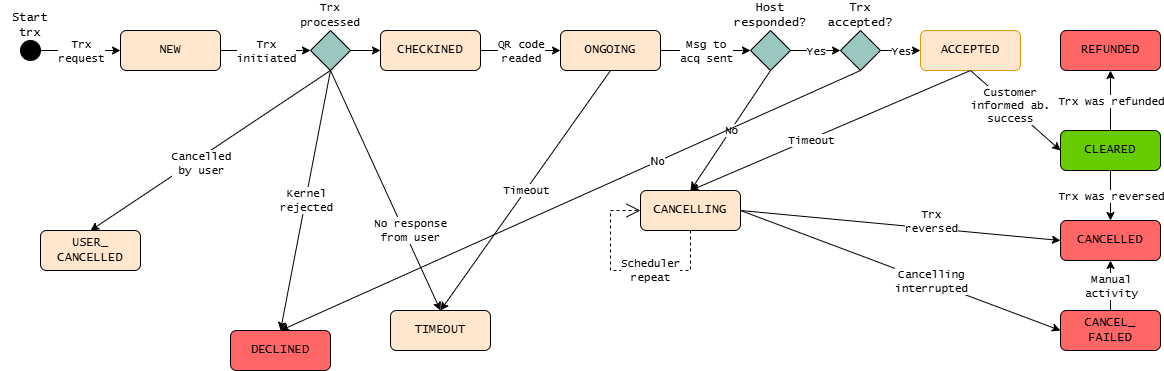
Before: WPI_2_2/Appendix_B_Transaction_Statuses/img/apm.drawio.png, a diagram exported from draw.io (taponmobile/.github). Source tidied: cells renumbered, new cells last; positions are measured from the earlier drawing's top-left corner, leaving out a move shared by most shapes.
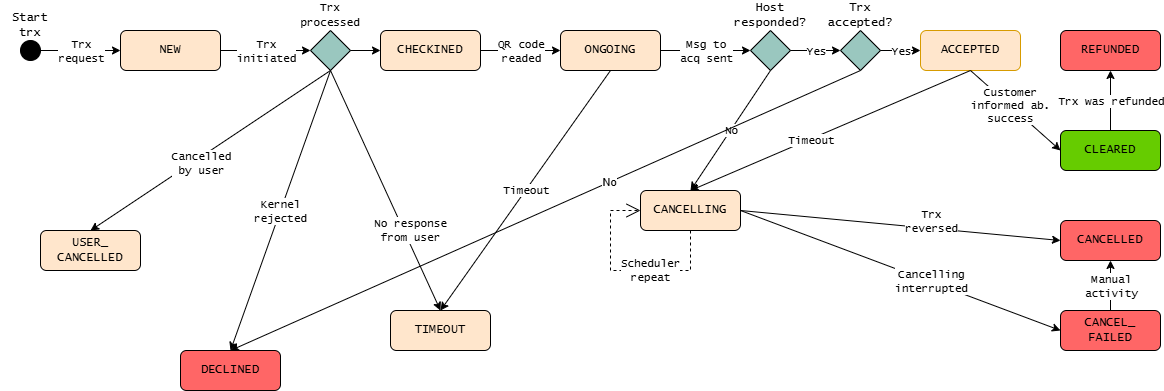
Later version of the same file.

Change to the diagram source:
```diff
@@ -3,7 +3,7 @@
     <mxCell id="0" />
     <mxCell id="1" parent="0" />
     <mxCell id="2" value="DECLINED" style="rounded=1;whiteSpace=wrap;html=1;fillColor=light-dark(#FF6666,#36210A);fontFamily=Lucida Console;" parent="1" vertex="1">
-      <mxGeometry x="230" y="330" width="100" height="40" as="geometry" />
+      <mxGeometry x="180" y="350" width="100" height="40" as="geometry" />
     </mxCell>
     <mxCell id="3" style="ellipse;whiteSpace=wrap;html=1;fillColor=#000000;fontFamily=Lucida Console;" parent="1" vertex="1">
       <mxGeometry x="20" y="40" width="20" height="20" as="geometry" />
@@ -142,12 +142,6 @@
     <mxCell id="45" value="Trx was refunded" style="edgeLabel;html=1;align=center;verticalAlign=middle;fontFamily=Lucida Console;" parent="44" vertex="1">
       <mxGeometry relative="1" as="geometry" />
     </mxCell>
-    <mxCell id="46" style="endArrow=classic;html=1;rounded=0;exitX=0.5;exitY=1;exitDx=0;exitDy=0;entryX=0.5;entryY=0;entryDx=0;entryDy=0;fontFamily=Lucida Console;" parent="1" edge="1" source="13" target="12">
-      <mxGeometry relative="1" as="geometry" />
-    </mxCell>
-    <mxCell id="47" value="Trx was reversed" style="edgeLabel;html=1;align=center;verticalAlign=middle;fontFamily=Lucida Console;" parent="46" vertex="1">
-      <mxGeometry relative="1" as="geometry" />
-    </mxCell>
     <mxCell id="48" value="CHECKINED" style="rounded=1;whiteSpace=wrap;html=1;fillColor=#FFE6CC;fontFamily=Lucida Console;" parent="1" vertex="1">
       <mxGeometry x="380" y="30" width="100" height="40" as="geometry" />
     </mxCell>
@@ -177,7 +171,7 @@
       <mxGeometry relative="1" as="geometry" />
     </mxCell>
     <mxCell id="56" value="No" style="edgeLabel;html=1;align=center;verticalAlign=middle;" parent="55" vertex="1">
-      <mxGeometry x="-0.3" y="-1" relative="1" as="geometry" />
+      <mxGeometry x="-0.2" relative="1" as="geometry" />
     </mxCell>
     <mxCell id="57" style="endArrow=classic;html=1;rounded=0;exitX=0.5;exitY=1;exitDx=0;exitDy=0;entryX=0.5;entryY=0;entryDx=0;entryDy=0;fontFamily=Lucida Console;" parent="1" edge="1" source="8" target="6">
       <mxGeometry relative="1" as="geometry" />
```
